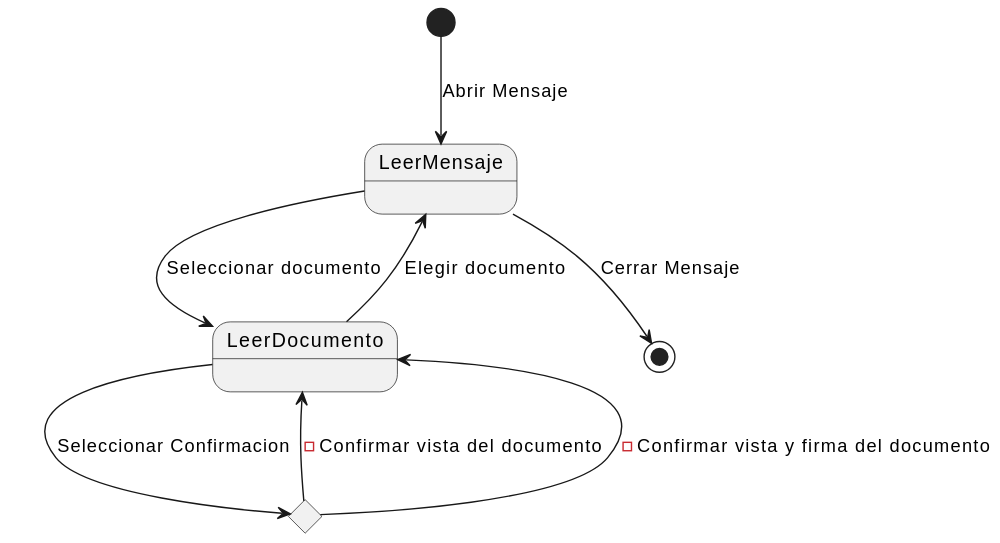
Above: docs/modeloDeDominio/diagramaDeEstados/PrimeraIteracion/diagramaDeEstadosReceptorIteracion1.svg in mmasias/24-25-IdSw1-SDR (PlantUML), before the change.
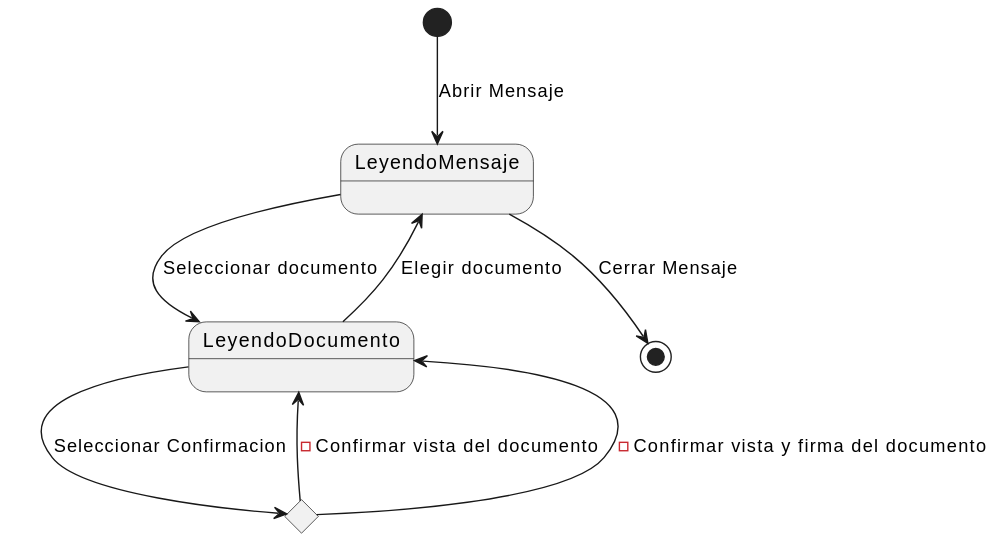
After the change.

The edit, as a diff of the source:
```diff
@@ -1,16 +1,16 @@
 @startuml
-[*] --> LeerMensaje: Abrir Mensaje
+[*] --> LeyendoMensaje: Abrir Mensaje
 
-LeerMensaje --> LeerDocumento: Seleccionar documento
+LeyendoMensaje -r-> LeyendoDocumento: Seleccionar documento
 
 
 state confirmandoDocumento <<choice>>
-confirmandoDocumento --> LeerDocumento: - Confirmar vista del documento
-confirmandoDocumento --> LeerDocumento: - Confirmar vista y firma del documento
+confirmandoDocumento --> LeyendoDocumento: - Confirmar vista del documento
+confirmandoDocumento --> LeyendoDocumento: - Confirmar vista y firma del documento
 
-LeerDocumento --> confirmandoDocumento : Seleccionar Confirmacion
+LeyendoDocumento --> confirmandoDocumento : Seleccionar Confirmacion
 
-LeerDocumento --> LeerMensaje : Elegir documento
+LeyendoDocumento --> LeyendoMensaje : Elegir documento
 
-LeerMensaje --> [*]: Cerrar Mensaje
+LeyendoMensaje --> [*]: Cerrar Mensaje
 @enduml
```
